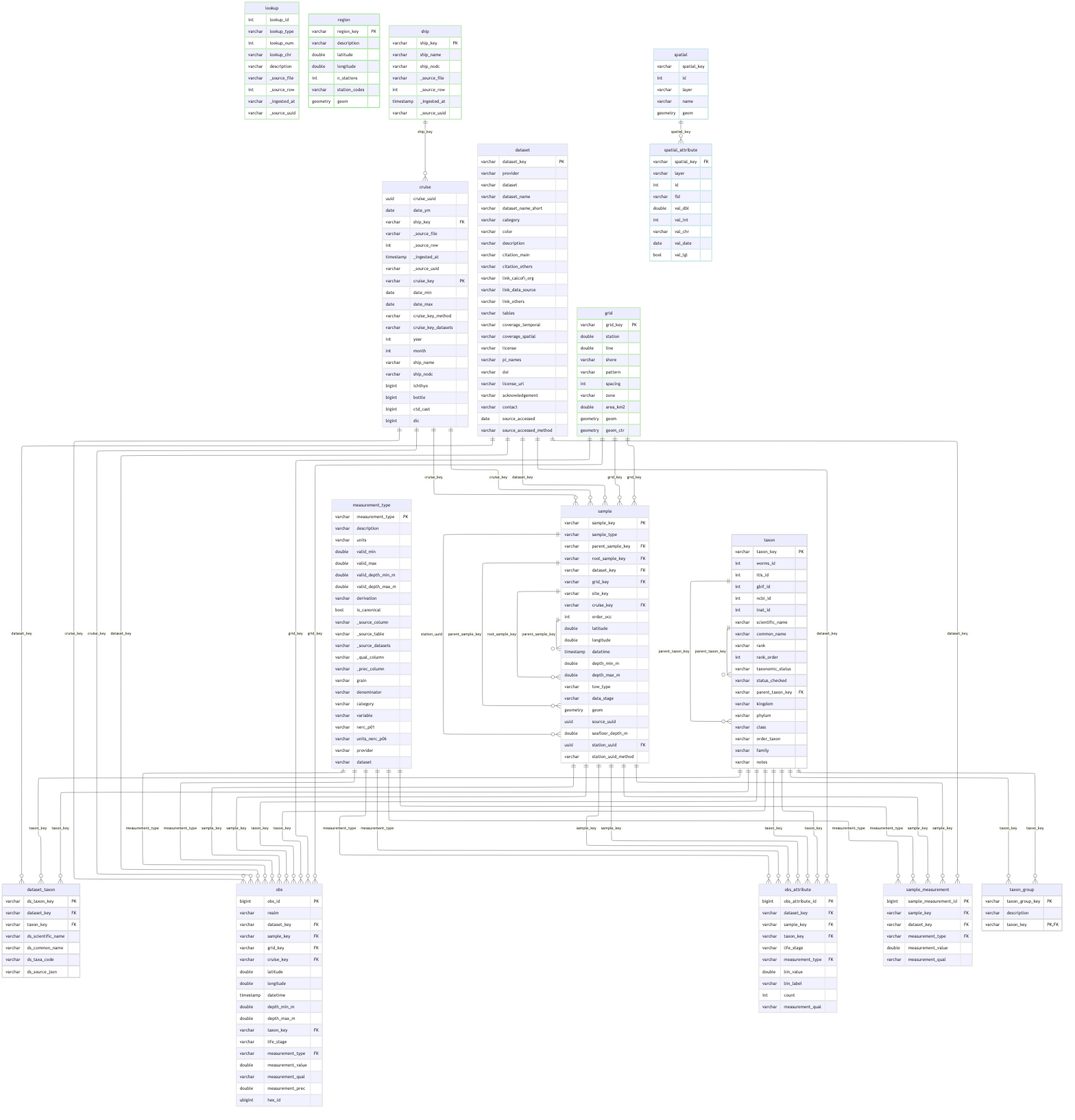
Before: _output/release_database_files/figure-html/combined_schema-1.png, a diagram exported from Mermaid (CalCOFI/workflows). Its source is kept beside it as _output/release_database_files/figure-html/combined_schema-1.mmd.
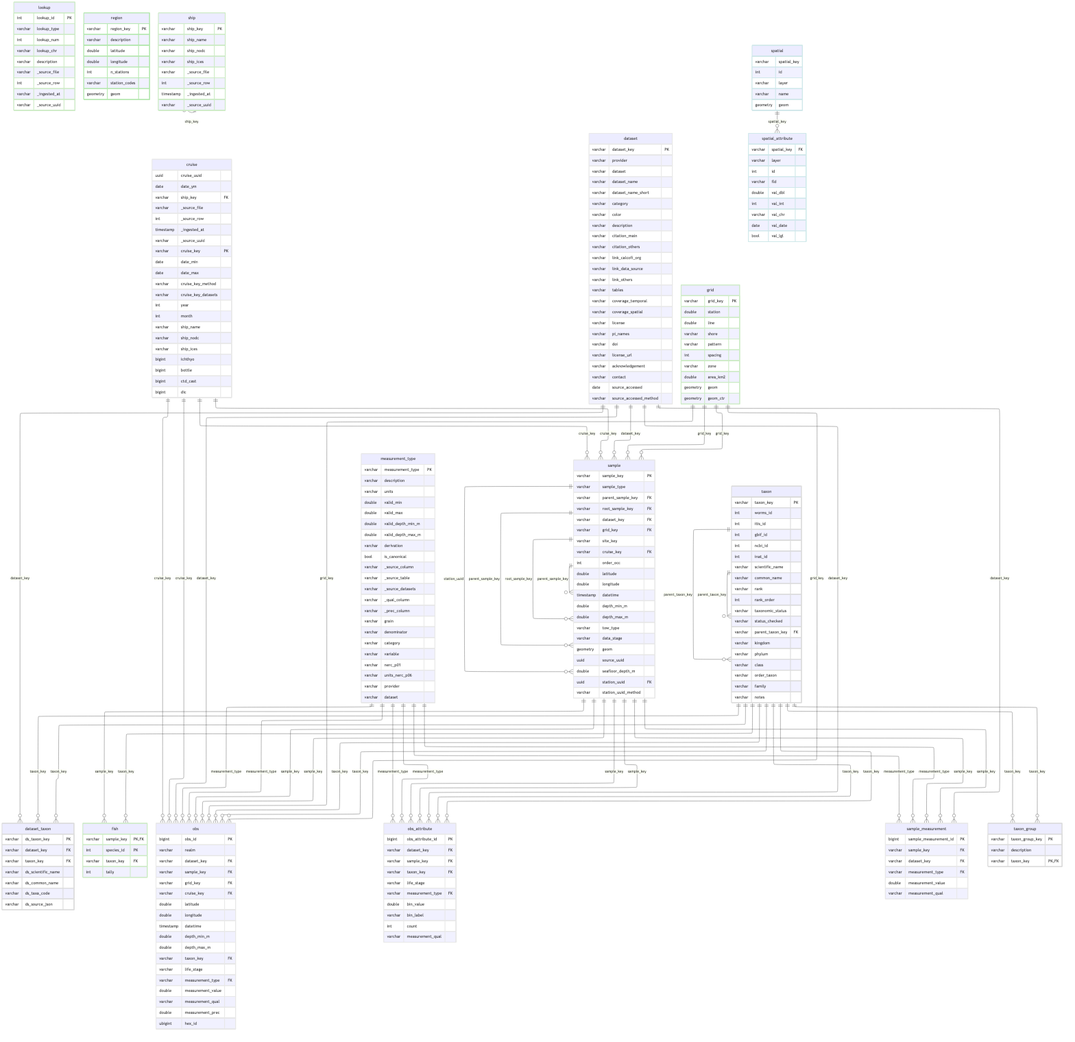
After the commit.

What changed in the source:
```diff
@@ -20,6 +20,7 @@
         int month
         varchar ship_name
         varchar ship_nodc
+        varchar ship_ices
         bigint ichthyo
         bigint bottle
         bigint ctd_cast
@@ -60,6 +61,12 @@
         varchar ds_taxa_code
         varchar ds_source_json
     }
+    fish {
+        varchar sample_key PK,FK
+        int species_id PK
+        varchar taxon_key FK
+        int tally
+    }
     grid {
         varchar grid_key PK
         double station
@@ -73,7 +80,7 @@
         geometry geom_ctr
     }
     lookup {
-        int lookup_id
+        int lookup_id PK
         varchar lookup_type
         int lookup_num
         varchar lookup_chr
@@ -183,6 +190,7 @@
         varchar ship_key PK
         varchar ship_name
         varchar ship_nodc
+        varchar ship_ices
         varchar _source_file
         int _source_row
         timestamp _ingested_at
@@ -235,20 +243,22 @@
     sample ||--o{ sample : "parent_sample_key"
     sample ||--o{ sample : "root_sample_key"
     sample ||--o{ obs : "sample_key"
+    taxon ||--o{ obs : "taxon_key"
     measurement_type ||--o{ obs : "measurement_type"
     sample ||--o{ sample_measurement : "sample_key"
     measurement_type ||--o{ sample_measurement : "measurement_type"
-    taxon ||--o{ obs : "taxon_key"
+    taxon ||--o{ dataset_taxon : "taxon_key"
+    taxon ||--o{ taxon : "parent_taxon_key"
     sample ||--o{ obs_attribute : "sample_key"
     taxon ||--o{ obs_attribute : "taxon_key"
     measurement_type ||--o{ obs_attribute : "measurement_type"
-    taxon ||--o{ dataset_taxon : "taxon_key"
-    taxon ||--o{ taxon : "parent_taxon_key"
     taxon ||--o{ taxon_group : "taxon_key"
     grid ||--o{ sample : "grid_key"
     cruise ||--o{ sample : "cruise_key"
     grid ||--o{ obs : "grid_key"
     cruise ||--o{ obs : "cruise_key"
+    sample ||--o{ fish : "sample_key"
+    taxon ||--o{ fish : "taxon_key"
     sample ||--o{ obs : "sample_key"
     dataset ||--o{ obs : "dataset_key"
     grid ||--o{ obs : "grid_key"
@@ -275,12 +285,11 @@
     dataset ||--o{ obs_attribute : "dataset_key"
     classDef _e8e8e8 stroke:#e8e8e8,stroke-width:3px
     class sample,obs,sample_measurement,measurement_type,obs_attribute,cruise,dataset _e8e8e8
-    classDef _cfe8dc stroke:#cfe8dc,stroke-width:3px
     classDef _dcdcdc stroke:#dcdcdc,stroke-width:3px
     class taxon,dataset_taxon,taxon_group _dcdcdc
     classDef _b5e8b0 stroke:#b5e8b0,stroke-width:3px
     class region _b5e8b0
     classDef _cdebc6 stroke:#cdebc6,stroke-width:3px
-    class ship,lookup,grid _cdebc6
+    class ship,lookup,grid,fish _cdebc6
     classDef _cfe8ea stroke:#cfe8ea,stroke-width:3px
     class spatial,spatial_attribute _cfe8ea
```
